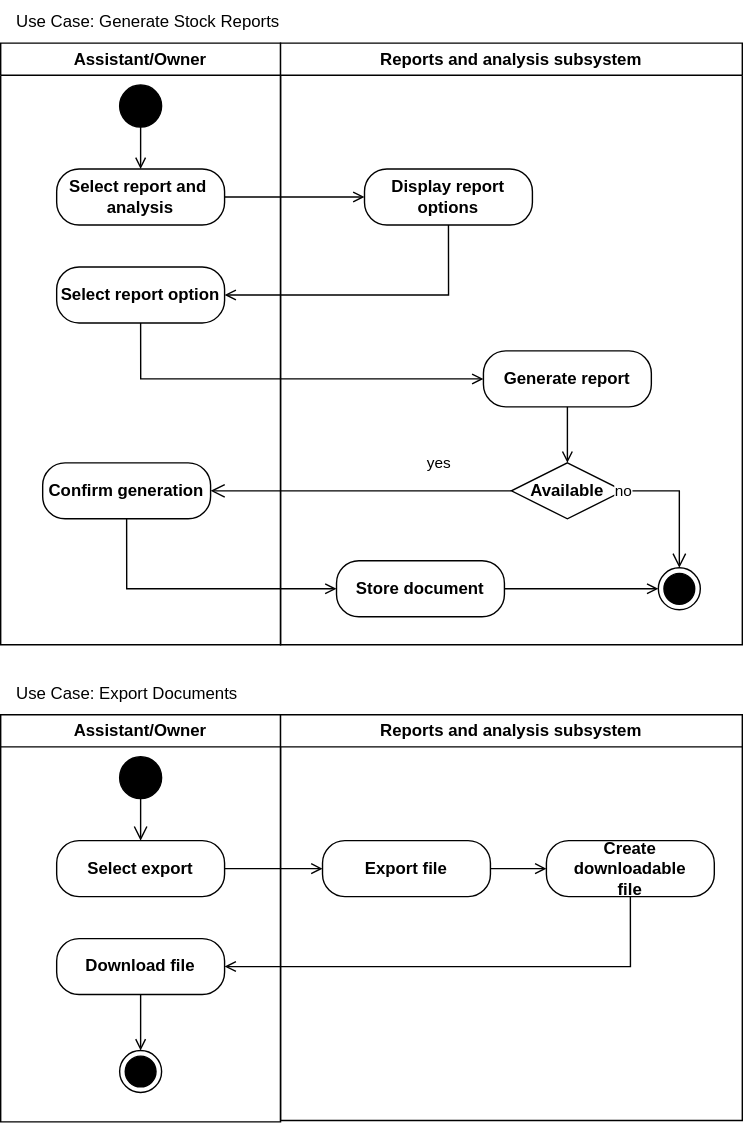
Earlier version of the draw.io export Reports_analysis_Activity.svg (Simamkele88/IFM3_GP). Source tidied: cells renumbered, new cells last; positions are measured from the earlier drawing's top-left corner, leaving out a move shared by most shapes.
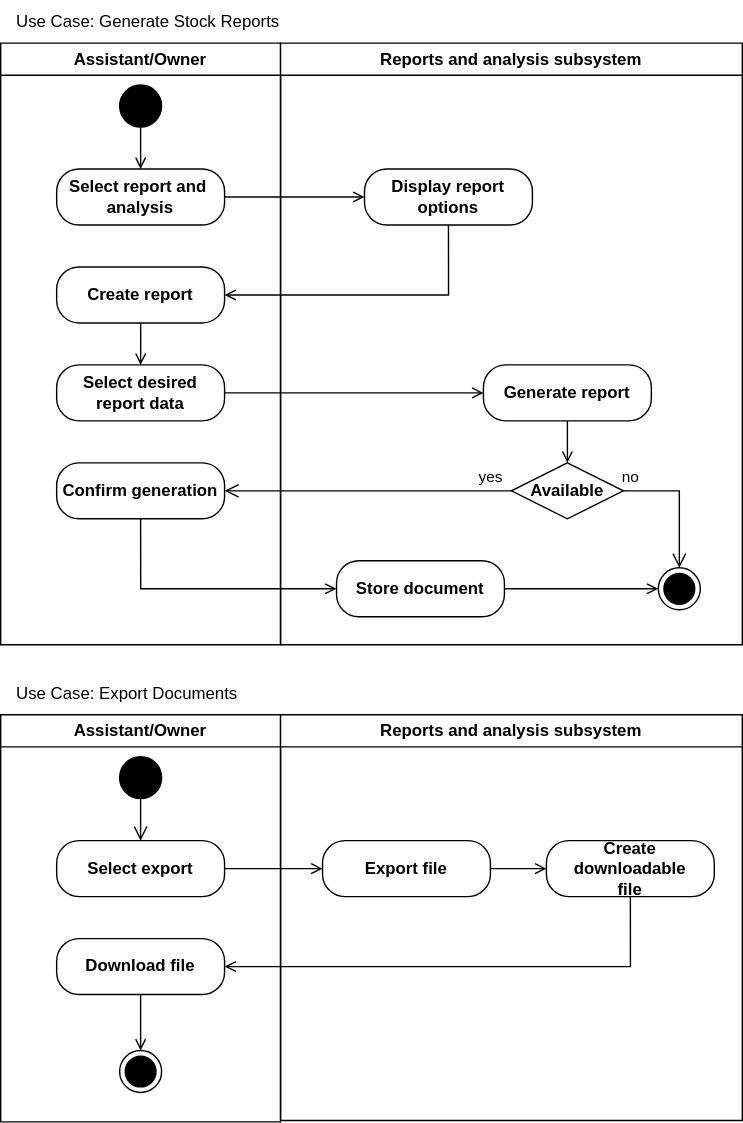
After the change.

Diff of the diagram source:
```diff
@@ -8,11 +8,11 @@
     <mxCell id="3" value="Select report and&amp;nbsp;&lt;div&gt;analysis&lt;/div&gt;" style="rounded=1;whiteSpace=wrap;html=1;strokeColor=default;align=center;verticalAlign=middle;arcSize=40;fontFamily=Helvetica;fontSize=12;fontColor=default;fillColor=default;fontStyle=1;" parent="2" vertex="1">
       <mxGeometry x="40" y="90" width="120" height="40" as="geometry" />
     </mxCell>
-    <mxCell id="4" value="Select report option" style="rounded=1;whiteSpace=wrap;html=1;strokeColor=default;align=center;verticalAlign=middle;arcSize=40;fontFamily=Helvetica;fontSize=12;fontColor=default;fillColor=default;fontStyle=1;" parent="2" vertex="1">
+    <mxCell id="4" value="Create report" style="rounded=1;whiteSpace=wrap;html=1;strokeColor=default;align=center;verticalAlign=middle;arcSize=40;fontFamily=Helvetica;fontSize=12;fontColor=default;fillColor=default;fontStyle=1;" parent="2" vertex="1">
       <mxGeometry x="40" y="160" width="120" height="40" as="geometry" />
     </mxCell>
     <mxCell id="5" value="Confirm generation" style="rounded=1;whiteSpace=wrap;html=1;strokeColor=default;align=center;verticalAlign=middle;arcSize=40;fontFamily=Helvetica;fontSize=12;fontColor=default;fillColor=default;fontStyle=1;" parent="2" vertex="1">
-      <mxGeometry x="30" y="300" width="120" height="40" as="geometry" />
+      <mxGeometry x="40" y="300" width="120" height="40" as="geometry" />
     </mxCell>
     <mxCell id="6" style="ellipse;fillColor=strokeColor;html=1;" parent="2" vertex="1">
       <mxGeometry x="85" y="30" width="30" height="30" as="geometry" />
@@ -20,20 +20,28 @@
     <mxCell id="7" style="endArrow=open;html=1;rounded=0;exitX=0.5;exitY=1;exitDx=0;exitDy=0;entryX=0.5;entryY=0;entryDx=0;entryDy=0;endFill=0;" parent="2" edge="1" source="6" target="3">
       <mxGeometry relative="1" as="geometry" />
     </mxCell>
+    <mxCell id="37" value="Select desired report data" style="rounded=1;whiteSpace=wrap;html=1;strokeColor=default;align=center;verticalAlign=middle;arcSize=40;fontFamily=Helvetica;fontSize=12;fontColor=default;fillColor=default;fontStyle=1;" parent="2" vertex="1">
+      <mxGeometry x="40" y="230" width="120" height="40" as="geometry" />
+    </mxCell>
+    <mxCell id="38" style="endArrow=open;html=1;rounded=0;entryX=0.5;entryY=0;entryDx=0;entryDy=0;endFill=0;edgeStyle=orthogonalEdgeStyle;exitX=0.5;exitY=1;exitDx=0;exitDy=0;" parent="2" edge="1" source="4" target="37">
+      <mxGeometry relative="1" as="geometry">
+        <Array as="points">
+          <mxPoint x="100" y="210" />
+          <mxPoint x="100" y="210" />
+        </Array>
+      </mxGeometry>
+    </mxCell>
     <mxCell id="8" value="Reports and analysis subsystem" style="swimlane;whiteSpace=wrap;html=1;" parent="1" vertex="1">
       <mxGeometry x="200" y="30" width="330" height="430" as="geometry" />
     </mxCell>
     <mxCell id="9" value="Display report&lt;div&gt;options&lt;/div&gt;" style="rounded=1;whiteSpace=wrap;html=1;strokeColor=default;align=center;verticalAlign=middle;arcSize=40;fontFamily=Helvetica;fontSize=12;fontColor=default;fillColor=default;fontStyle=1;" parent="8" vertex="1">
       <mxGeometry x="60" y="90" width="120" height="40" as="geometry" />
     </mxCell>
-    <mxCell id="10" value="Generate report" style="rounded=1;whiteSpace=wrap;html=1;strokeColor=default;align=center;verticalAlign=middle;arcSize=40;fontFamily=Helvetica;fontSize=12;fontColor=default;fillColor=default;fontStyle=1;" parent="8" vertex="1">
-      <mxGeometry x="145" y="220" width="120" height="40" as="geometry" />
-    </mxCell>
     <mxCell id="11" value="Available" style="rhombus;whiteSpace=wrap;html=1;fontColor=default;fillColor=default;strokeColor=default;align=center;verticalAlign=middle;fontFamily=Helvetica;fontSize=12;fontStyle=1;" parent="8" vertex="1">
       <mxGeometry x="165" y="300" width="80" height="40" as="geometry" />
     </mxCell>
     <mxCell id="12" value="no" style="edgeStyle=orthogonalEdgeStyle;html=1;align=center;verticalAlign=middle;endArrow=open;endSize=8;strokeColor=default;rounded=0;entryX=0.5;entryY=0;entryDx=0;entryDy=0;fontFamily=Helvetica;fontSize=11;fontColor=default;labelBackgroundColor=default;endFill=0;" parent="8" edge="1" source="11">
-      <mxGeometry x="-1" relative="1" as="geometry">
+      <mxGeometry x="-0.89" y="10" relative="1" as="geometry">
         <mxPoint x="285" y="375" as="targetPoint" />
         <Array as="points">
           <mxPoint x="285" y="320" />
@@ -63,6 +71,9 @@
     <mxCell id="16" style="ellipse;html=1;shape=endState;fillColor=strokeColor;" parent="8" vertex="1">
       <mxGeometry x="270" y="375" width="30" height="30" as="geometry" />
     </mxCell>
+    <mxCell id="10" value="Generate report" style="rounded=1;whiteSpace=wrap;html=1;strokeColor=default;align=center;verticalAlign=middle;arcSize=40;fontFamily=Helvetica;fontSize=12;fontColor=default;fillColor=default;fontStyle=1;" parent="8" vertex="1">
+      <mxGeometry x="145" y="230" width="120" height="40" as="geometry" />
+    </mxCell>
     <mxCell id="17" style="endArrow=open;html=1;rounded=0;exitX=1;exitY=0.5;exitDx=0;exitDy=0;entryX=0;entryY=0.5;entryDx=0;entryDy=0;endFill=0;" parent="1" edge="1" source="3" target="9">
       <mxGeometry relative="1" as="geometry" />
     </mxCell>
@@ -109,20 +120,13 @@
         </Array>
       </mxGeometry>
     </mxCell>
-    <mxCell id="31" style="endArrow=open;html=1;rounded=0;entryX=0;entryY=0.5;entryDx=0;entryDy=0;endFill=0;edgeStyle=orthogonalEdgeStyle;exitX=0.5;exitY=1;exitDx=0;exitDy=0;" parent="1" edge="1" source="4" target="10">
-      <mxGeometry relative="1" as="geometry">
-        <Array as="points">
-          <mxPoint x="100" y="270" />
-        </Array>
-      </mxGeometry>
-    </mxCell>
     <mxCell id="32" value="yes" style="edgeStyle=orthogonalEdgeStyle;html=1;align=center;verticalAlign=middle;endArrow=open;endSize=8;strokeColor=default;rounded=0;exitX=0;exitY=0.5;exitDx=0;exitDy=0;entryX=1;entryY=0.5;entryDx=0;entryDy=0;fontFamily=Helvetica;fontSize=11;fontColor=default;labelBackgroundColor=default;endFill=0;" parent="1" edge="1" source="11" target="5">
-      <mxGeometry x="-0.52" y="-20" relative="1" as="geometry" />
+      <mxGeometry x="-0.85" y="-10" relative="1" as="geometry" />
     </mxCell>
     <mxCell id="33" style="endArrow=open;html=1;rounded=0;entryX=0;entryY=0.5;entryDx=0;entryDy=0;endFill=0;edgeStyle=orthogonalEdgeStyle;exitX=0.5;exitY=1;exitDx=0;exitDy=0;" parent="1" edge="1" source="5" target="14">
       <mxGeometry relative="1" as="geometry">
         <Array as="points">
-          <mxPoint x="90" y="420" />
+          <mxPoint x="100" y="420" />
         </Array>
       </mxGeometry>
     </mxCell>
@@ -135,5 +139,8 @@
     <mxCell id="36" value="Use Case: Export Documents" style="text;html=1;align=center;verticalAlign=middle;strokeColor=none;fillColor=none;" parent="1" vertex="1">
       <mxGeometry y="480" width="180" height="30" as="geometry" />
     </mxCell>
+    <mxCell id="31" style="endArrow=open;html=1;rounded=0;entryX=0;entryY=0.5;entryDx=0;entryDy=0;endFill=0;edgeStyle=orthogonalEdgeStyle;exitX=1;exitY=0.5;exitDx=0;exitDy=0;" parent="1" edge="1" source="37" target="10">
+      <mxGeometry relative="1" as="geometry" />
+    </mxCell>
   </root>
 </mxGraphModel>
```
